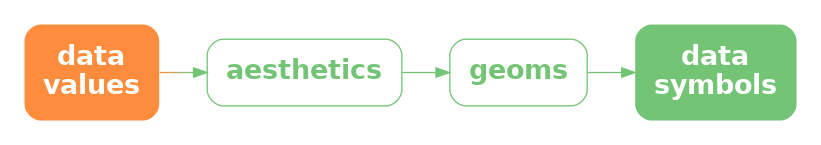
pmur002/hdvw keeps this Graphviz diagram as Diagrams/data-aes-geom-sym.png. Above is the earlier version. Its source is kept beside it as Diagrams/data-aes-geom-sym.dot.
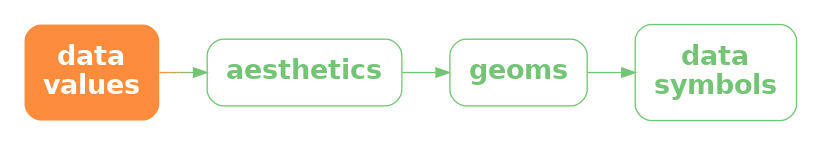
Later version of the same file.

Change to the diagram source:
```diff
@@ -5,8 +5,8 @@
   aes [ label="aesthetics"; shape=box; style=rounded; color="#74C476"; fontcolor="#74C476" ]
   geom [ label="geoms"; shape=box; style=rounded; color="#74C476"; fontcolor="#74C476" ]
   sym [ label="data\nsymbols"; shape=box;
-     style="filled, rounded"; penwidth=0; fontcolor=white; fillcolor="#74C476" ]
-  data -> aes [ color="#FD8D3C;0.1:#EE9342;0.1:#DF9949;0.1:#CF9F4F;0.1:#C0A556;0.1:#B1AC5C;0.1:#A2B263;0.1:#92B869;0.1:#83BE70;0.1:#74C476;0.1" ]
-  aes -> geom [ color="#74C476" ]
-  geom -> sym [ color="#74C476" ]
+     style="rounded"; color="#74C476"; fontcolor="#74C476" ]
+  data -> aes [ style="bold"; penwidth=1; color="#FD8D3C;0.1:#EE9342;0.1:#DF9949;0.1:#CF9F4F;0.1:#C0A556;0.1:#B1AC5C;0.1:#A2B263;0.1:#92B869;0.1:#83BE70;0.1:#74C476;0.1" ]
+  aes -> geom [ style="solid", color="#74C476" ]
+  geom -> sym [ style="solid", color="#74C476" ]
 }
```
